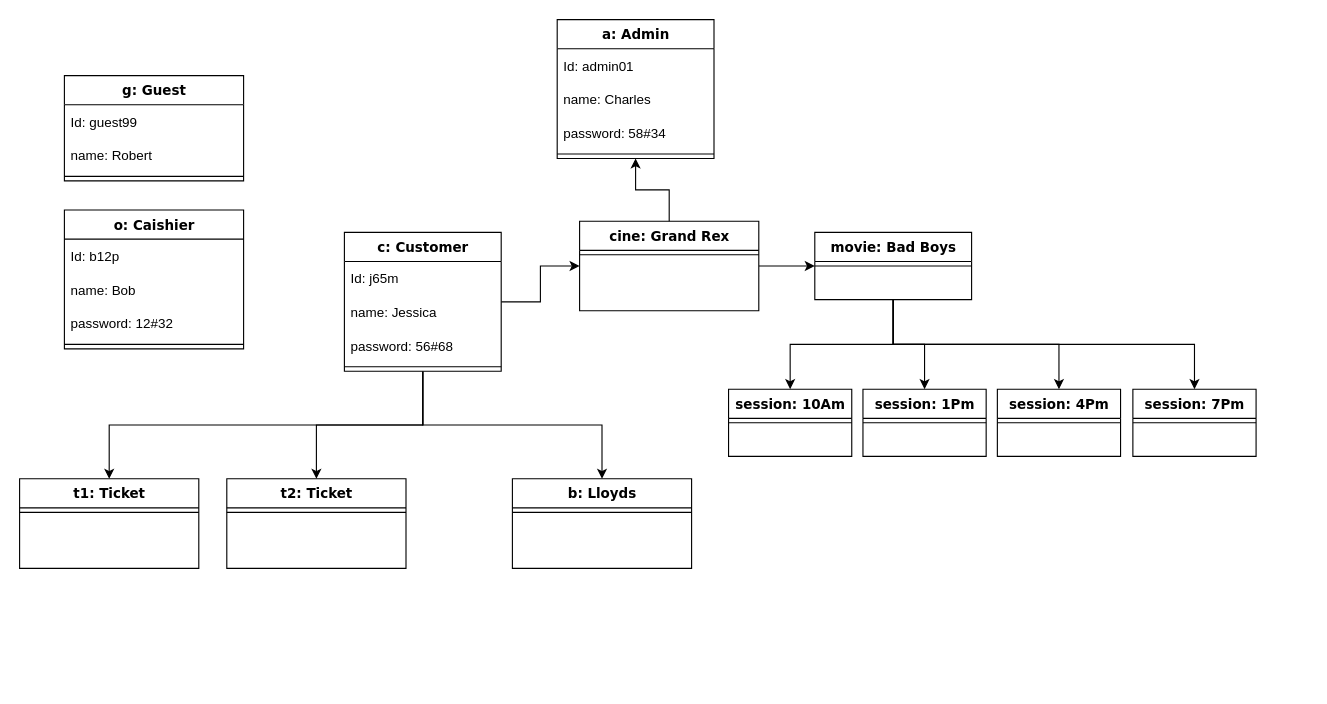
Above: Diagramme object Movie Ticket Booking System.drawio in Melydgt/Draw-io-UML-England (draw.io), before the change. Source tidied: cells renumbered, new cells numbered last; positions are measured from the earlier drawing's top-left corner, leaving out a move shared by most shapes. Both pictures are drawn from the tidied source at 112%, with x=0, y=0 at pixel (19, 19).
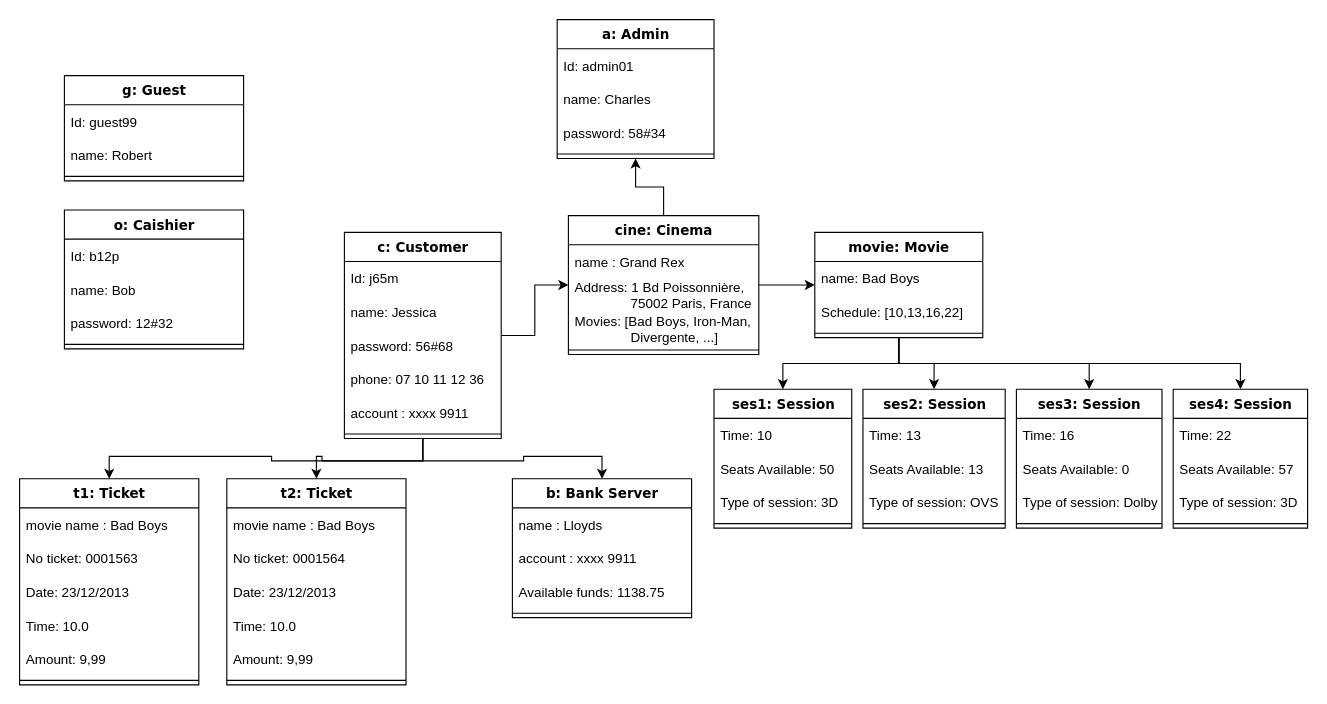
The same diagram, later.

Commit message:
Mettre à jour Diagramme object Movie Ticket Booking System.drawio

Diff of the diagram source:
```diff
@@
     <mxCell id="6" value="c: Customer" style="swimlane;html=1;fontStyle=1;align=center;verticalAlign=top;horizontal=1;startSize=26;swimlaneFillColor=#ffffff;rounded=0;shadow=0;comic=0;labelBackgroundColor=none;strokeWidth=1;fillColor=none;fontFamily=Verdana;fontSize=12;" parent="1" vertex="1">
-      <mxGeometry x="290" y="190" width="140" height="124" as="geometry" />
+      <mxGeometry x="290" y="190" width="140" height="184" as="geometry" />
     </mxCell>
@@
+    <mxCell id="49" value="phone: 07 10 11 12 36" style="text;strokeColor=none;fillColor=none;align=left;verticalAlign=middle;spacingLeft=4;spacingRight=4;overflow=hidden;" parent="6" vertex="1">
+      <mxGeometry y="116" width="140" height="30" as="geometry" />
+    </mxCell>
+    <mxCell id="50" value="account : xxxx 9911" style="text;strokeColor=none;fillColor=none;align=left;verticalAlign=middle;spacingLeft=4;spacingRight=4;overflow=hidden;" parent="6" vertex="1">
+      <mxGeometry y="146" width="140" height="30" as="geometry" />
+    </mxCell>
     <mxCell id="10" style="line;html=1;strokeWidth=1;fillColor=none;align=left;verticalAlign=middle;spacingTop=-1;spacingLeft=3;spacingRight=3;labelPosition=right;" parent="6" vertex="1">
-      <mxGeometry y="116" width="140" height="8" as="geometry" />
+      <mxGeometry y="176" width="140" height="8" as="geometry" />
     </mxCell>
     <mxCell id="11" value="t1: Ticket" style="swimlane;html=1;fontStyle=1;align=center;verticalAlign=top;horizontal=1;startSize=26;swimlaneFillColor=#ffffff;rounded=0;shadow=0;comic=0;labelBackgroundColor=none;strokeWidth=1;fillColor=none;fontFamily=Verdana;fontSize=12;" parent="1" vertex="1">
-      <mxGeometry y="410" width="160" height="80" as="geometry" />
+      <mxGeometry y="410" width="160" height="184" as="geometry" />
     </mxCell>
+    <mxCell id="51" value="movie name : Bad Boys" style="text;strokeColor=none;fillColor=none;align=left;verticalAlign=middle;spacingLeft=4;spacingRight=4;overflow=hidden;" parent="11" vertex="1">
+      <mxGeometry y="26" width="160" height="30" as="geometry" />
+    </mxCell>
+    <mxCell id="52" value="No ticket: 0001563" style="text;strokeColor=none;fillColor=none;align=left;verticalAlign=middle;spacingLeft=4;spacingRight=4;overflow=hidden;" parent="11" vertex="1">
+      <mxGeometry y="56" width="160" height="30" as="geometry" />
+    </mxCell>
+    <mxCell id="53" value="Date: 23/12/2013" style="text;strokeColor=none;fillColor=none;align=left;verticalAlign=middle;spacingLeft=4;spacingRight=4;overflow=hidden;" parent="11" vertex="1">
+      <mxGeometry y="86" width="160" height="30" as="geometry" />
+    </mxCell>
+    <mxCell id="54" value="Time: 10.0" style="text;strokeColor=none;fillColor=none;align=left;verticalAlign=middle;spacingLeft=4;spacingRight=4;overflow=hidden;" parent="11" vertex="1">
+      <mxGeometry y="116" width="160" height="30" as="geometry" />
+    </mxCell>
+    <mxCell id="55" value="Amount: 9,99" style="text;strokeColor=none;fillColor=none;align=left;verticalAlign=middle;spacingLeft=4;spacingRight=4;overflow=hidden;" parent="11" vertex="1">
+      <mxGeometry y="146" width="160" height="30" as="geometry" />
+    </mxCell>
     <mxCell id="12" style="line;html=1;strokeWidth=1;fillColor=none;align=left;verticalAlign=middle;spacingTop=-1;spacingLeft=3;spacingRight=3;labelPosition=right;" parent="11" vertex="1">
-      <mxGeometry y="26" width="160" height="8" as="geometry" />
+      <mxGeometry y="176" width="160" height="8" as="geometry" />
     </mxCell>
     <mxCell id="13" value="t2: Ticket" style="swimlane;html=1;fontStyle=1;align=center;verticalAlign=top;horizontal=1;startSize=26;swimlaneFillColor=#ffffff;rounded=0;shadow=0;comic=0;labelBackgroundColor=none;strokeWidth=1;fillColor=none;fontFamily=Verdana;fontSize=12;" parent="1" vertex="1">
-      <mxGeometry x="185" y="410" width="160" height="80" as="geometry" />
+      <mxGeometry x="185" y="410" width="160" height="184" as="geometry" />
     </mxCell>
+    <mxCell id="56" value="movie name : Bad Boys" style="text;strokeColor=none;fillColor=none;align=left;verticalAlign=middle;spacingLeft=4;spacingRight=4;overflow=hidden;" parent="13" vertex="1">
+      <mxGeometry y="26" width="160" height="30" as="geometry" />
+    </mxCell>
+    <mxCell id="57" value="No ticket: 0001564" style="text;strokeColor=none;fillColor=none;align=left;verticalAlign=middle;spacingLeft=4;spacingRight=4;overflow=hidden;" parent="13" vertex="1">
+      <mxGeometry y="56" width="160" height="30" as="geometry" />
+    </mxCell>
+    <mxCell id="58" value="Date: 23/12/2013" style="text;strokeColor=none;fillColor=none;align=left;verticalAlign=middle;spacingLeft=4;spacingRight=4;overflow=hidden;" parent="13" vertex="1">
+      <mxGeometry y="86" width="160" height="30" as="geometry" />
+    </mxCell>
+    <mxCell id="59" value="Time: 10.0" style="text;strokeColor=none;fillColor=none;align=left;verticalAlign=middle;spacingLeft=4;spacingRight=4;overflow=hidden;" parent="13" vertex="1">
+      <mxGeometry y="116" width="160" height="30" as="geometry" />
+    </mxCell>
+    <mxCell id="60" value="Amount: 9,99" style="text;strokeColor=none;fillColor=none;align=left;verticalAlign=middle;spacingLeft=4;spacingRight=4;overflow=hidden;" parent="13" vertex="1">
+      <mxGeometry y="146" width="160" height="30" as="geometry" />
+    </mxCell>
     <mxCell id="14" style="line;html=1;strokeWidth=1;fillColor=none;align=left;verticalAlign=middle;spacingTop=-1;spacingLeft=3;spacingRight=3;labelPosition=right;" parent="13" vertex="1">
-      <mxGeometry y="26" width="160" height="8" as="geometry" />
+      <mxGeometry y="176" width="160" height="8" as="geometry" />
     </mxCell>
-    <mxCell id="15" value="b: Lloyds" style="swimlane;html=1;fontStyle=1;align=center;verticalAlign=top;horizontal=1;startSize=26;swimlaneFillColor=#ffffff;rounded=0;shadow=0;comic=0;labelBackgroundColor=none;strokeWidth=1;fillColor=none;fontFamily=Verdana;fontSize=12;" parent="1" vertex="1">
-      <mxGeometry x="440" y="410" width="160" height="80" as="geometry" />
+    <mxCell id="15" value="b: Bank Server" style="swimlane;html=1;fontStyle=1;align=center;verticalAlign=top;horizontal=1;startSize=26;swimlaneFillColor=#ffffff;rounded=0;shadow=0;comic=0;labelBackgroundColor=none;strokeWidth=1;fillColor=none;fontFamily=Verdana;fontSize=12;" parent="1" vertex="1">
+      <mxGeometry x="440" y="410" width="160" height="124" as="geometry" />
     </mxCell>
+    <mxCell id="61" value="name : Lloyds" style="text;strokeColor=none;fillColor=none;align=left;verticalAlign=middle;spacingLeft=4;spacingRight=4;overflow=hidden;" parent="15" vertex="1">
+      <mxGeometry y="26" width="160" height="30" as="geometry" />
+    </mxCell>
+    <mxCell id="62" value="account : xxxx 9911" style="text;strokeColor=none;fillColor=none;align=left;verticalAlign=middle;spacingLeft=4;spacingRight=4;overflow=hidden;" parent="15" vertex="1">
+      <mxGeometry y="56" width="160" height="30" as="geometry" />
+    </mxCell>
+    <mxCell id="63" value="Available funds: 1138.75" style="text;strokeColor=none;fillColor=none;align=left;verticalAlign=middle;spacingLeft=4;spacingRight=4;overflow=hidden;" parent="15" vertex="1">
+      <mxGeometry y="86" width="160" height="30" as="geometry" />
+    </mxCell>
     <mxCell id="16" style="line;html=1;strokeWidth=1;fillColor=none;align=left;verticalAlign=middle;spacingTop=-1;spacingLeft=3;spacingRight=3;labelPosition=right;" parent="15" vertex="1">
-      <mxGeometry y="26" width="160" height="8" as="geometry" />
+      <mxGeometry y="116" width="160" height="8" as="geometry" />
     </mxCell>
@@
-    <mxCell id="19" value="cine: Grand Rex" style="swimlane;html=1;fontStyle=1;align=center;verticalAlign=top;horizontal=1;startSize=26;swimlaneFillColor=#ffffff;rounded=0;shadow=0;comic=0;labelBackgroundColor=none;strokeWidth=1;fillColor=none;fontFamily=Verdana;fontSize=12;" parent="1" vertex="1">
-      <mxGeometry x="500" y="180" width="160" height="80" as="geometry" />
+    <mxCell id="19" value="cine: Cinema" style="swimlane;html=1;fontStyle=1;align=center;verticalAlign=top;horizontal=1;startSize=26;swimlaneFillColor=#ffffff;rounded=0;shadow=0;comic=0;labelBackgroundColor=none;strokeWidth=1;fillColor=none;fontFamily=Verdana;fontSize=12;" parent="1" vertex="1">
+      <mxGeometry x="490" y="175" width="170" height="124" as="geometry" />
     </mxCell>
+    <mxCell id="64" value="name : Grand Rex" style="text;strokeColor=none;fillColor=none;align=left;verticalAlign=middle;spacingLeft=4;spacingRight=4;overflow=hidden;" parent="19" vertex="1">
+      <mxGeometry y="26" width="170" height="30" as="geometry" />
+    </mxCell>
+    <mxCell id="65" value="Address: 1 Bd Poissonnière,&#10;               75002 Paris, France" style="text;strokeColor=none;fillColor=none;align=left;verticalAlign=middle;spacingLeft=4;spacingRight=4;overflow=hidden;" parent="19" vertex="1">
+      <mxGeometry y="56" width="170" height="30" as="geometry" />
+    </mxCell>
+    <mxCell id="66" value="Movies: [Bad Boys, Iron-Man,&#10;               Divergente, ...]" style="text;strokeColor=none;fillColor=none;align=left;verticalAlign=middle;spacingLeft=4;spacingRight=4;overflow=hidden;" parent="19" vertex="1">
+      <mxGeometry y="86" width="170" height="30" as="geometry" />
+    </mxCell>
     <mxCell id="20" style="line;html=1;strokeWidth=1;fillColor=none;align=left;verticalAlign=middle;spacingTop=-1;spacingLeft=3;spacingRight=3;labelPosition=right;" parent="19" vertex="1">
-      <mxGeometry y="26" width="160" height="8" as="geometry" />
+      <mxGeometry y="116" width="170" height="8" as="geometry" />
     </mxCell>
@@
-    <mxCell id="34" value="movie: Bad Boys" style="swimlane;html=1;fontStyle=1;align=center;verticalAlign=top;horizontal=1;startSize=26;swimlaneFillColor=#ffffff;rounded=0;shadow=0;comic=0;labelBackgroundColor=none;strokeWidth=1;fillColor=none;fontFamily=Verdana;fontSize=12;" parent="1" vertex="1">
-      <mxGeometry x="710" y="190" width="140" height="60" as="geometry" />
+    <mxCell id="34" value="movie: Movie" style="swimlane;html=1;fontStyle=1;align=center;verticalAlign=top;horizontal=1;startSize=26;swimlaneFillColor=#ffffff;rounded=0;shadow=0;comic=0;labelBackgroundColor=none;strokeWidth=1;fillColor=none;fontFamily=Verdana;fontSize=12;" parent="1" vertex="1">
+      <mxGeometry x="710" y="190" width="150" height="94" as="geometry" />
     </mxCell>
+    <mxCell id="67" value="name: Bad Boys" style="text;strokeColor=none;fillColor=none;align=left;verticalAlign=middle;spacingLeft=4;spacingRight=4;overflow=hidden;" parent="34" vertex="1">
+      <mxGeometry y="26" width="150" height="30" as="geometry" />
+    </mxCell>
+    <mxCell id="68" value="Schedule: [10,13,16,22]" style="text;strokeColor=none;fillColor=none;align=left;verticalAlign=middle;spacingLeft=4;spacingRight=4;overflow=hidden;" parent="34" vertex="1">
+      <mxGeometry y="56" width="150" height="30" as="geometry" />
+    </mxCell>
     <mxCell id="35" style="line;html=1;strokeWidth=1;fillColor=none;align=left;verticalAlign=middle;spacingTop=-1;spacingLeft=3;spacingRight=3;labelPosition=right;" parent="34" vertex="1">
-      <mxGeometry y="26" width="140" height="8" as="geometry" />
+      <mxGeometry y="86" width="150" height="8" as="geometry" />
     </mxCell>
-    <mxCell id="36" value="session: 10Am" style="swimlane;html=1;fontStyle=1;align=center;verticalAlign=top;horizontal=1;startSize=26;swimlaneFillColor=#ffffff;rounded=0;shadow=0;comic=0;labelBackgroundColor=none;strokeWidth=1;fillColor=none;fontFamily=Verdana;fontSize=12;" parent="1" vertex="1">
-      <mxGeometry x="633" y="330" width="110" height="60" as="geometry" />
+    <mxCell id="36" value="ses1: Session" style="swimlane;html=1;fontStyle=1;align=center;verticalAlign=top;horizontal=1;startSize=26;swimlaneFillColor=#ffffff;rounded=0;shadow=0;comic=0;labelBackgroundColor=none;strokeWidth=1;fillColor=none;fontFamily=Verdana;fontSize=12;" parent="1" vertex="1">
+      <mxGeometry x="620" y="330" width="123" height="124" as="geometry" />
     </mxCell>
+    <mxCell id="69" value="Time: 10" style="text;strokeColor=none;fillColor=none;align=left;verticalAlign=middle;spacingLeft=4;spacingRight=4;overflow=hidden;" parent="36" vertex="1">
+      <mxGeometry y="26" width="123" height="30" as="geometry" />
+    </mxCell>
+    <mxCell id="70" value="Seats Available: 50" style="text;strokeColor=none;fillColor=none;align=left;verticalAlign=middle;spacingLeft=4;spacingRight=4;overflow=hidden;" parent="36" vertex="1">
+      <mxGeometry y="56" width="123" height="30" as="geometry" />
+    </mxCell>
+    <mxCell id="71" value="Type of session: 3D" style="text;strokeColor=none;fillColor=none;align=left;verticalAlign=middle;spacingLeft=4;spacingRight=4;overflow=hidden;" parent="36" vertex="1">
+      <mxGeometry y="86" width="123" height="30" as="geometry" />
+    </mxCell>
     <mxCell id="37" style="line;html=1;strokeWidth=1;fillColor=none;align=left;verticalAlign=middle;spacingTop=-1;spacingLeft=3;spacingRight=3;labelPosition=right;" parent="36" vertex="1">
-      <mxGeometry y="26" width="110" height="8" as="geometry" />
+      <mxGeometry y="116" width="123" height="8" as="geometry" />
     </mxCell>
@@
-    <mxCell id="43" value="session: 1Pm" style="swimlane;html=1;fontStyle=1;align=center;verticalAlign=top;horizontal=1;startSize=26;swimlaneFillColor=#ffffff;rounded=0;shadow=0;comic=0;labelBackgroundColor=none;strokeWidth=1;fillColor=none;fontFamily=Verdana;fontSize=12;" parent="1" vertex="1">
-      <mxGeometry x="753" y="330" width="110" height="60" as="geometry" />
+    <mxCell id="43" value="ses2: Session" style="swimlane;html=1;fontStyle=1;align=center;verticalAlign=top;horizontal=1;startSize=26;swimlaneFillColor=#ffffff;rounded=0;shadow=0;comic=0;labelBackgroundColor=none;strokeWidth=1;fillColor=none;fontFamily=Verdana;fontSize=12;" parent="1" vertex="1">
+      <mxGeometry x="753" y="330" width="127" height="124" as="geometry" />
     </mxCell>
+    <mxCell id="72" value="Time: 13" style="text;strokeColor=none;fillColor=none;align=left;verticalAlign=middle;spacingLeft=4;spacingRight=4;overflow=hidden;" parent="43" vertex="1">
+      <mxGeometry y="26" width="127" height="30" as="geometry" />
+    </mxCell>
+    <mxCell id="73" value="Seats Available: 13" style="text;strokeColor=none;fillColor=none;align=left;verticalAlign=middle;spacingLeft=4;spacingRight=4;overflow=hidden;" parent="43" vertex="1">
+      <mxGeometry y="56" width="127" height="30" as="geometry" />
+    </mxCell>
+    <mxCell id="74" value="Type of session: OVS" style="text;strokeColor=none;fillColor=none;align=left;verticalAlign=middle;spacingLeft=4;spacingRight=4;overflow=hidden;" parent="43" vertex="1">
+      <mxGeometry y="86" width="127" height="30" as="geometry" />
+    </mxCell>
     <mxCell id="44" style="line;html=1;strokeWidth=1;fillColor=none;align=left;verticalAlign=middle;spacingTop=-1;spacingLeft=3;spacingRight=3;labelPosition=right;" parent="43" vertex="1">
-      <mxGeometry y="26" width="110" height="8" as="geometry" />
+      <mxGeometry y="116" width="127" height="8" as="geometry" />
     </mxCell>
-    <mxCell id="45" value="session: 4Pm" style="swimlane;html=1;fontStyle=1;align=center;verticalAlign=top;horizontal=1;startSize=26;swimlaneFillColor=#ffffff;rounded=0;shadow=0;comic=0;labelBackgroundColor=none;strokeWidth=1;fillColor=none;fontFamily=Verdana;fontSize=12;" parent="1" vertex="1">
-      <mxGeometry x="873" y="330" width="110" height="60" as="geometry" />
+    <mxCell id="45" value="ses3: Session" style="swimlane;html=1;fontStyle=1;align=center;verticalAlign=top;horizontal=1;startSize=26;swimlaneFillColor=#ffffff;rounded=0;shadow=0;comic=0;labelBackgroundColor=none;strokeWidth=1;fillColor=none;fontFamily=Verdana;fontSize=12;" parent="1" vertex="1">
+      <mxGeometry x="890" y="330" width="130" height="124" as="geometry" />
     </mxCell>
+    <mxCell id="75" value="Time: 16" style="text;strokeColor=none;fillColor=none;align=left;verticalAlign=middle;spacingLeft=4;spacingRight=4;overflow=hidden;" parent="45" vertex="1">
+      <mxGeometry y="26" width="130" height="30" as="geometry" />
+    </mxCell>
+    <mxCell id="76" value="Seats Available: 0" style="text;strokeColor=none;fillColor=none;align=left;verticalAlign=middle;spacingLeft=4;spacingRight=4;overflow=hidden;" parent="45" vertex="1">
+      <mxGeometry y="56" width="130" height="30" as="geometry" />
+    </mxCell>
+    <mxCell id="77" value="Type of session: Dolby" style="text;strokeColor=none;fillColor=none;align=left;verticalAlign=middle;spacingLeft=4;spacingRight=4;overflow=hidden;" parent="45" vertex="1">
+      <mxGeometry y="86" width="130" height="30" as="geometry" />
+    </mxCell>
     <mxCell id="46" style="line;html=1;strokeWidth=1;fillColor=none;align=left;verticalAlign=middle;spacingTop=-1;spacingLeft=3;spacingRight=3;labelPosition=right;" parent="45" vertex="1">
-      <mxGeometry y="26" width="110" height="8" as="geometry" />
+      <mxGeometry y="116" width="130" height="8" as="geometry" />
     </mxCell>
-    <mxCell id="47" value="session: 7Pm" style="swimlane;html=1;fontStyle=1;align=center;verticalAlign=top;horizontal=1;startSize=26;swimlaneFillColor=#ffffff;rounded=0;shadow=0;comic=0;labelBackgroundColor=none;strokeWidth=1;fillColor=none;fontFamily=Verdana;fontSize=12;" parent="1" vertex="1">
-      <mxGeometry x="994" y="330" width="110" height="60" as="geometry" />
+    <mxCell id="47" value="ses4: Session" style="swimlane;html=1;fontStyle=1;align=center;verticalAlign=top;horizontal=1;startSize=26;swimlaneFillColor=#ffffff;rounded=0;shadow=0;comic=0;labelBackgroundColor=none;strokeWidth=1;fillColor=none;fontFamily=Verdana;fontSize=12;" parent="1" vertex="1">
+      <mxGeometry x="1030" y="330" width="120" height="124" as="geometry" />
     </mxCell>
+    <mxCell id="78" value="Time: 22" style="text;strokeColor=none;fillColor=none;align=left;verticalAlign=middle;spacingLeft=4;spacingRight=4;overflow=hidden;" parent="47" vertex="1">
+      <mxGeometry y="26" width="120" height="30" as="geometry" />
+    </mxCell>
+    <mxCell id="79" value="Seats Available: 57" style="text;strokeColor=none;fillColor=none;align=left;verticalAlign=middle;spacingLeft=4;spacingRight=4;overflow=hidden;" parent="47" vertex="1">
+      <mxGeometry y="56" width="120" height="30" as="geometry" />
+    </mxCell>
+    <mxCell id="80" value="Type of session: 3D" style="text;strokeColor=none;fillColor=none;align=left;verticalAlign=middle;spacingLeft=4;spacingRight=4;overflow=hidden;" parent="47" vertex="1">
+      <mxGeometry y="86" width="120" height="30" as="geometry" />
+    </mxCell>
     <mxCell id="48" style="line;html=1;strokeWidth=1;fillColor=none;align=left;verticalAlign=middle;spacingTop=-1;spacingLeft=3;spacingRight=3;labelPosition=right;" parent="47" vertex="1">
-      <mxGeometry y="26" width="110" height="8" as="geometry" />
+      <mxGeometry y="116" width="120" height="8" as="geometry" />
     </mxCell>
```
